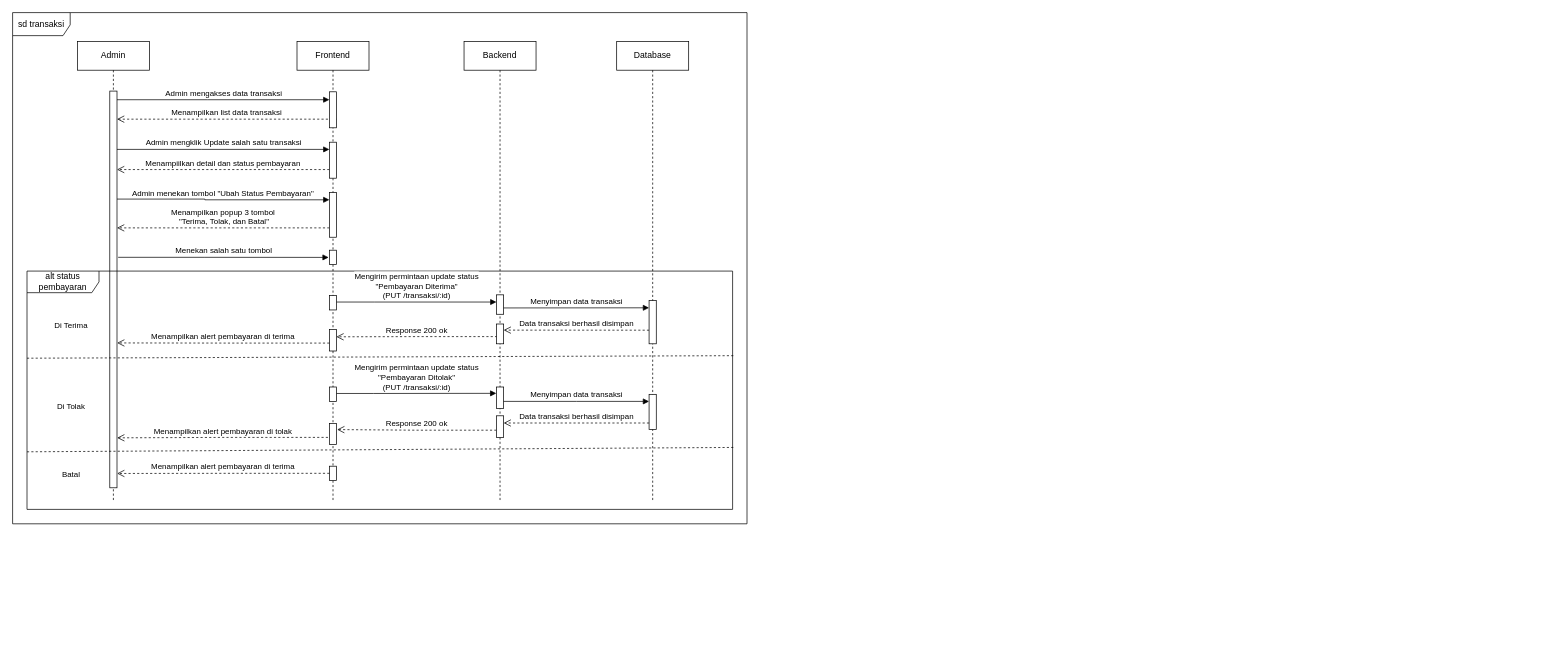
The draw.io diagram page "Halaman-9" (3 of 5) of Sequence.drawio in sintariaulia/Diagram, before the edit. Source tidied: cells renumbered, new cells numbered last; positions are measured from the earlier drawing's top-left corner, leaving out a move shared by most shapes. Both pictures are drawn from the tidied source at 72%, with x=0, y=0 at pixel (12, 12).
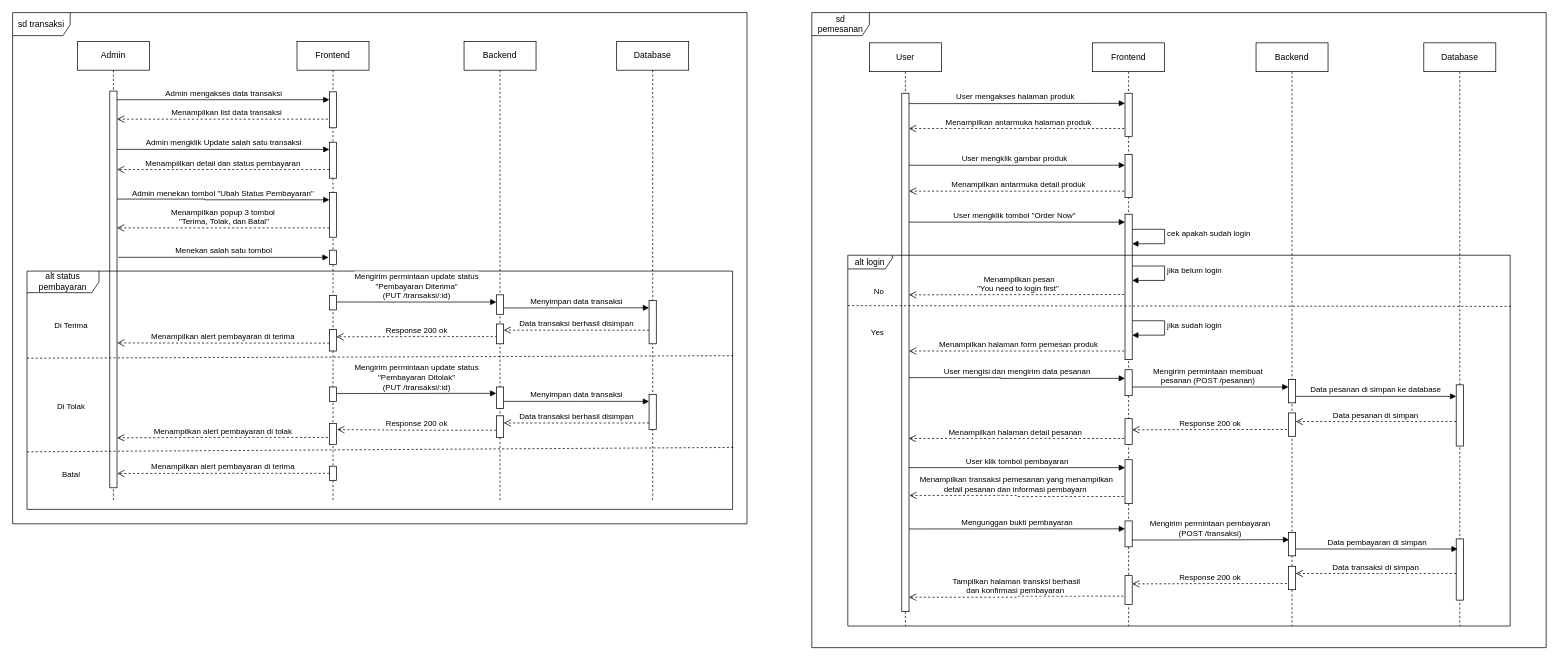
The same diagram, later.

Change to the diagram source:
```diff
@@
+    <mxCell id="47" value="Data pesanan di simpan ke database" style="html=1;verticalAlign=bottom;endArrow=block;edgeStyle=elbowEdgeStyle;elbow=vertical;curved=0;rounded=0;" parent="1" edge="1" target="70">
+      <mxGeometry relative="1" as="geometry">
+        <mxPoint x="1780" y="533" as="sourcePoint" />
+      </mxGeometry>
+    </mxCell>
+    <mxCell id="48" value="Mengirim permintaan membuat &lt;br&gt;pesanan (POST /pesanan)" style="html=1;verticalAlign=bottom;endArrow=block;edgeStyle=elbowEdgeStyle;elbow=horizontal;curved=0;rounded=0;exitX=0.1;exitY=0.808;exitDx=0;exitDy=0;exitPerimeter=0;" parent="1" edge="1">
+      <mxGeometry relative="1" as="geometry">
+        <mxPoint x="1548" y="520" as="sourcePoint" />
+        <mxPoint x="1772" y="520" as="targetPoint" />
+        <Array as="points">
+          <mxPoint x="1599" y="519" />
+        </Array>
+      </mxGeometry>
+    </mxCell>
+    <mxCell id="49" value="User mengisi dan mengirim data pesanan" style="html=1;verticalAlign=bottom;endArrow=block;edgeStyle=elbowEdgeStyle;elbow=horizontal;curved=0;rounded=0;" parent="1" edge="1" source="60">
+      <mxGeometry relative="1" as="geometry">
+        <mxPoint x="1545" y="508" as="targetPoint" />
+        <Array as="points">
+          <mxPoint x="1372" y="507" />
+        </Array>
+      </mxGeometry>
+    </mxCell>
+    <mxCell id="50" value="Menampilkan halaman form pemesan produk" style="html=1;verticalAlign=bottom;endArrow=open;dashed=1;endSize=8;edgeStyle=elbowEdgeStyle;elbow=vertical;curved=0;rounded=0;" parent="1" edge="1" target="60">
+      <mxGeometry relative="1" as="geometry">
+        <mxPoint x="1550" y="470" as="sourcePoint" />
+      </mxGeometry>
+    </mxCell>
+    <mxCell id="51" value="jika sudah login" style="html=1;align=left;spacingLeft=2;endArrow=block;rounded=0;edgeStyle=orthogonalEdgeStyle;curved=0;rounded=0;" parent="1" edge="1">
+      <mxGeometry relative="1" as="geometry">
+        <mxPoint x="1550" y="425" as="sourcePoint" />
+        <mxPoint x="1555" y="448" as="targetPoint" />
+        <Array as="points">
+          <mxPoint x="1550" y="428" />
+          <mxPoint x="1600" y="428" />
+          <mxPoint x="1600" y="448" />
+        </Array>
+      </mxGeometry>
+    </mxCell>
+    <mxCell id="52" value="Menampilkan pesan&lt;br&gt;&quot;You need to login first&quot;&amp;nbsp;" style="html=1;verticalAlign=bottom;endArrow=open;dashed=1;endSize=8;edgeStyle=elbowEdgeStyle;elbow=vertical;curved=0;rounded=0;" parent="1" edge="1" target="60">
+      <mxGeometry relative="1" as="geometry">
+        <mxPoint x="1550" y="391.5" as="sourcePoint" />
+      </mxGeometry>
+    </mxCell>
+    <mxCell id="53" value="jika belum login" style="html=1;align=left;spacingLeft=2;endArrow=block;rounded=0;edgeStyle=orthogonalEdgeStyle;curved=0;rounded=0;" parent="1" edge="1">
+      <mxGeometry relative="1" as="geometry">
+        <mxPoint x="1550" y="349" as="sourcePoint" />
+        <mxPoint x="1555" y="372" as="targetPoint" />
+        <Array as="points">
+          <mxPoint x="1550" y="352" />
+          <mxPoint x="1600" y="352" />
+          <mxPoint x="1600" y="372" />
+        </Array>
+      </mxGeometry>
+    </mxCell>
+    <mxCell id="54" value="User mengakses halaman produk&amp;nbsp;" style="html=1;verticalAlign=bottom;endArrow=block;edgeStyle=elbowEdgeStyle;elbow=horizontal;curved=0;rounded=0;exitX=0.963;exitY=0.02;exitDx=0;exitDy=0;exitPerimeter=0;" parent="1" edge="1" source="60">
+      <mxGeometry relative="1" as="geometry">
+        <mxPoint x="1545" y="126" as="targetPoint" />
+        <Array as="points">
+          <mxPoint x="1376" y="125" />
+        </Array>
+      </mxGeometry>
+    </mxCell>
+    <mxCell id="55" value="Menampilkan antarmuka halaman produk" style="html=1;verticalAlign=bottom;endArrow=open;dashed=1;endSize=8;edgeStyle=elbowEdgeStyle;elbow=vertical;curved=0;rounded=0;" parent="1" edge="1" target="60">
+      <mxGeometry relative="1" as="geometry">
+        <mxPoint x="1550" y="161" as="sourcePoint" />
+      </mxGeometry>
+    </mxCell>
+    <mxCell id="56" value="User mengklik tombol &quot;Order Now&quot;&amp;nbsp;" style="html=1;verticalAlign=bottom;endArrow=block;edgeStyle=elbowEdgeStyle;elbow=horizontal;curved=0;rounded=0;" parent="1" edge="1">
+      <mxGeometry relative="1" as="geometry">
+        <mxPoint x="1240" y="291" as="sourcePoint" />
+        <mxPoint x="1545" y="291" as="targetPoint" />
+        <Array as="points">
+          <mxPoint x="1372" y="290" />
+        </Array>
+      </mxGeometry>
+    </mxCell>
+    <mxCell id="57" value="Menampilkan antarmuka detail produk" style="html=1;verticalAlign=bottom;endArrow=open;dashed=1;endSize=8;edgeStyle=elbowEdgeStyle;elbow=vertical;curved=0;rounded=0;" parent="1" edge="1" target="60">
+      <mxGeometry relative="1" as="geometry">
+        <mxPoint x="1550" y="248" as="sourcePoint" />
+      </mxGeometry>
+    </mxCell>
+    <mxCell id="58" value="User mengklik gambar produk&amp;nbsp;" style="html=1;verticalAlign=bottom;endArrow=block;edgeStyle=elbowEdgeStyle;elbow=horizontal;curved=0;rounded=0;" parent="1" edge="1">
+      <mxGeometry relative="1" as="geometry">
+        <mxPoint x="1240" y="212" as="sourcePoint" />
+        <mxPoint x="1545" y="212" as="targetPoint" />
+        <Array as="points">
+          <mxPoint x="1372" y="211" />
+        </Array>
+      </mxGeometry>
+    </mxCell>
+    <mxCell id="59" value="User" style="shape=umlLifeline;perimeter=lifelinePerimeter;whiteSpace=wrap;html=1;newEdgeStyle={&quot;edgeStyle&quot;:&quot;elbowEdgeStyle&quot;,&quot;elbow&quot;:&quot;vertical&quot;,&quot;curved&quot;:0,&quot;rounded&quot;:0};" parent="1" vertex="1">
+      <mxGeometry x="1190" y="42" width="100" height="810" as="geometry" />
+    </mxCell>
+    <mxCell id="60" style="html=1;points=[];perimeter=orthogonalPerimeter;outlineConnect=0;targetShapes=umlLifeline;portConstraint=eastwest;newEdgeStyle={&quot;edgeStyle&quot;:&quot;elbowEdgeStyle&quot;,&quot;elbow&quot;:&quot;vertical&quot;,&quot;curved&quot;:0,&quot;rounded&quot;:0};" parent="59" vertex="1">
+      <mxGeometry x="45" y="70" width="10" height="720" as="geometry" />
+    </mxCell>
+    <mxCell id="61" value="Frontend" style="shape=umlLifeline;perimeter=lifelinePerimeter;whiteSpace=wrap;html=1;newEdgeStyle={&quot;edgeStyle&quot;:&quot;elbowEdgeStyle&quot;,&quot;elbow&quot;:&quot;vertical&quot;,&quot;curved&quot;:0,&quot;rounded&quot;:0};" parent="1" vertex="1">
+      <mxGeometry x="1500" y="42" width="100" height="810" as="geometry" />
+    </mxCell>
+    <mxCell id="62" style="html=1;perimeter=orthogonalPerimeter;targetShapes=umlLifeline;newEdgeStyle={&quot;edgeStyle&quot;:&quot;elbowEdgeStyle&quot;,&quot;elbow&quot;:&quot;vertical&quot;,&quot;curved&quot;:0,&quot;rounded&quot;:0};" parent="61" vertex="1">
+      <mxGeometry x="45" y="70" width="10" height="60" as="geometry" />
+    </mxCell>
+    <mxCell id="63" style="html=1;perimeter=orthogonalPerimeter;targetShapes=umlLifeline;newEdgeStyle={&quot;edgeStyle&quot;:&quot;elbowEdgeStyle&quot;,&quot;elbow&quot;:&quot;vertical&quot;,&quot;curved&quot;:0,&quot;rounded&quot;:0};" parent="61" vertex="1">
+      <mxGeometry x="45" y="155" width="10" height="60" as="geometry" />
+    </mxCell>
+    <mxCell id="64" value="cek apakah sudah login" style="html=1;align=left;spacingLeft=2;endArrow=block;rounded=0;edgeStyle=orthogonalEdgeStyle;curved=0;rounded=0;" parent="61" edge="1">
+      <mxGeometry relative="1" as="geometry">
+        <mxPoint x="50" y="256" as="sourcePoint" />
+        <mxPoint x="55" y="279" as="targetPoint" />
+        <Array as="points">
+          <mxPoint x="50" y="259" />
+          <mxPoint x="100" y="259" />
+          <mxPoint x="100" y="279" />
+        </Array>
+      </mxGeometry>
+    </mxCell>
+    <mxCell id="65" style="html=1;perimeter=orthogonalPerimeter;targetShapes=umlLifeline;newEdgeStyle={&quot;edgeStyle&quot;:&quot;elbowEdgeStyle&quot;,&quot;elbow&quot;:&quot;vertical&quot;,&quot;curved&quot;:0,&quot;rounded&quot;:0};" parent="61" vertex="1">
+      <mxGeometry x="45" y="238" width="10" height="202" as="geometry" />
+    </mxCell>
+    <mxCell id="66" style="html=1;perimeter=orthogonalPerimeter;targetShapes=umlLifeline;newEdgeStyle={&quot;edgeStyle&quot;:&quot;elbowEdgeStyle&quot;,&quot;elbow&quot;:&quot;vertical&quot;,&quot;curved&quot;:0,&quot;rounded&quot;:0};" parent="61" vertex="1">
+      <mxGeometry x="45" y="454" width="10" height="36" as="geometry" />
+    </mxCell>
+    <mxCell id="67" value="Backend" style="shape=umlLifeline;perimeter=lifelinePerimeter;whiteSpace=wrap;html=1;newEdgeStyle={&quot;edgeStyle&quot;:&quot;elbowEdgeStyle&quot;,&quot;elbow&quot;:&quot;vertical&quot;,&quot;curved&quot;:0,&quot;rounded&quot;:0};" parent="1" vertex="1">
+      <mxGeometry x="1727" y="42" width="100" height="810" as="geometry" />
+    </mxCell>
+    <mxCell id="68" style="html=1;perimeter=orthogonalPerimeter;targetShapes=umlLifeline;newEdgeStyle={&quot;edgeStyle&quot;:&quot;elbowEdgeStyle&quot;,&quot;elbow&quot;:&quot;vertical&quot;,&quot;curved&quot;:0,&quot;rounded&quot;:0};" parent="67" vertex="1">
+      <mxGeometry x="45" y="467.5" width="10" height="32.5" as="geometry" />
+    </mxCell>
+    <mxCell id="69" value="Database" style="shape=umlLifeline;perimeter=lifelinePerimeter;whiteSpace=wrap;html=1;newEdgeStyle={&quot;edgeStyle&quot;:&quot;elbowEdgeStyle&quot;,&quot;elbow&quot;:&quot;vertical&quot;,&quot;curved&quot;:0,&quot;rounded&quot;:0};" parent="1" vertex="1">
+      <mxGeometry x="1960" y="42" width="100" height="810" as="geometry" />
+    </mxCell>
+    <mxCell id="70" style="html=1;points=[];perimeter=orthogonalPerimeter;outlineConnect=0;targetShapes=umlLifeline;portConstraint=eastwest;newEdgeStyle={&quot;edgeStyle&quot;:&quot;elbowEdgeStyle&quot;,&quot;elbow&quot;:&quot;vertical&quot;,&quot;curved&quot;:0,&quot;rounded&quot;:0};" parent="69" vertex="1">
+      <mxGeometry x="45" y="475" width="10" height="85" as="geometry" />
+    </mxCell>
+    <mxCell id="71" style="html=1;perimeter=orthogonalPerimeter;targetShapes=umlLifeline;newEdgeStyle={&quot;edgeStyle&quot;:&quot;elbowEdgeStyle&quot;,&quot;elbow&quot;:&quot;vertical&quot;,&quot;curved&quot;:0,&quot;rounded&quot;:0};" parent="69" vertex="1">
+      <mxGeometry x="45" y="689" width="10" height="85" as="geometry" />
+    </mxCell>
+    <mxCell id="72" value="sd pemesanan" style="shape=umlFrame;whiteSpace=wrap;html=1;width=80;height=32;" parent="1" vertex="1">
+      <mxGeometry x="1110" width="1020" height="882" as="geometry" />
+    </mxCell>
+    <mxCell id="73" value="alt login" style="shape=umlFrame;whiteSpace=wrap;html=1;width=62;height=19;" parent="1" vertex="1">
+      <mxGeometry x="1160" y="337" width="920" height="515" as="geometry" />
+    </mxCell>
+    <mxCell id="74" style="endArrow=none;dashed=1;html=1;rounded=0;entryX=1.001;entryY=0.138;entryDx=0;entryDy=0;entryPerimeter=0;" parent="1" edge="1" target="73">
+      <mxGeometry relative="1" as="geometry">
+        <mxPoint x="1160" y="407" as="sourcePoint" />
+      </mxGeometry>
+    </mxCell>
+    <mxCell id="75" value="Yes" style="edgeLabel;html=1;align=center;verticalAlign=middle;" parent="74" vertex="1">
+      <mxGeometry x="-0.91" y="-3" relative="1" as="geometry">
+        <mxPoint y="33" as="offset" />
+      </mxGeometry>
+    </mxCell>
+    <mxCell id="76" value="No" style="edgeLabel;html=1;align=center;verticalAlign=middle;" parent="1" vertex="1">
+      <mxGeometry x="1204" y="390" as="geometry">
+        <mxPoint x="-2" y="-4" as="offset" />
+      </mxGeometry>
+    </mxCell>
+    <mxCell id="77" style="html=1;perimeter=orthogonalPerimeter;targetShapes=umlLifeline;newEdgeStyle={&quot;edgeStyle&quot;:&quot;elbowEdgeStyle&quot;,&quot;elbow&quot;:&quot;vertical&quot;,&quot;curved&quot;:0,&quot;rounded&quot;:0};" parent="1" vertex="1">
+      <mxGeometry x="1545" y="564" width="10" height="36" as="geometry" />
+    </mxCell>
+    <mxCell id="78" value="Data pesanan di simpan" style="html=1;verticalAlign=bottom;endArrow=open;dashed=1;endSize=8;edgeStyle=elbowEdgeStyle;elbow=vertical;curved=0;rounded=0;" parent="1" edge="1">
+      <mxGeometry relative="1" as="geometry">
+        <mxPoint x="2005" y="568" as="sourcePoint" />
+        <mxPoint x="1782" y="568.1" as="targetPoint" />
+      </mxGeometry>
+    </mxCell>
+    <mxCell id="79" style="html=1;perimeter=orthogonalPerimeter;targetShapes=umlLifeline;newEdgeStyle={&quot;edgeStyle&quot;:&quot;elbowEdgeStyle&quot;,&quot;elbow&quot;:&quot;vertical&quot;,&quot;curved&quot;:0,&quot;rounded&quot;:0};" parent="1" vertex="1">
+      <mxGeometry x="1772" y="556" width="10" height="32.5" as="geometry" />
+    </mxCell>
+    <mxCell id="80" value="Response 200 ok" style="html=1;verticalAlign=bottom;endArrow=open;dashed=1;endSize=8;edgeStyle=elbowEdgeStyle;elbow=horizontal;curved=0;rounded=0;" parent="1" edge="1">
+      <mxGeometry relative="1" as="geometry">
+        <mxPoint x="1770" y="579" as="sourcePoint" />
+        <mxPoint x="1555" y="579.5" as="targetPoint" />
+      </mxGeometry>
+    </mxCell>
+    <mxCell id="81" value="Menampilkan halaman detail pesanan&amp;nbsp;" style="html=1;verticalAlign=bottom;endArrow=open;dashed=1;endSize=8;edgeStyle=elbowEdgeStyle;elbow=horizontal;curved=0;rounded=0;entryX=0.864;entryY=0.666;entryDx=0;entryDy=0;entryPerimeter=0;" parent="1" edge="1">
+      <mxGeometry relative="1" as="geometry">
+        <mxPoint x="1544" y="591.5" as="sourcePoint" />
+        <mxPoint x="1244.6" y="591.5" as="targetPoint" />
+      </mxGeometry>
+    </mxCell>
+    <mxCell id="82" style="html=1;perimeter=orthogonalPerimeter;targetShapes=umlLifeline;newEdgeStyle={&quot;edgeStyle&quot;:&quot;elbowEdgeStyle&quot;,&quot;elbow&quot;:&quot;vertical&quot;,&quot;curved&quot;:0,&quot;rounded&quot;:0};" parent="1" vertex="1">
+      <mxGeometry x="1545" y="621" width="10" height="61" as="geometry" />
+    </mxCell>
+    <mxCell id="83" value="User klik tombol pembayaran" style="html=1;verticalAlign=bottom;endArrow=block;edgeStyle=elbowEdgeStyle;elbow=vertical;curved=0;rounded=0;" parent="1" edge="1" source="60">
+      <mxGeometry relative="1" as="geometry">
+        <mxPoint x="1545" y="632" as="targetPoint" />
+      </mxGeometry>
+    </mxCell>
+    <mxCell id="84" value="Menampilkan transaksi pemesanan yang menampilkan &lt;br&gt;detail pesanan dan informasi pembayarn&amp;nbsp;" style="html=1;verticalAlign=bottom;endArrow=open;dashed=1;endSize=8;edgeStyle=elbowEdgeStyle;elbow=horizontal;curved=0;rounded=0;entryX=1.063;entryY=0.888;entryDx=0;entryDy=0;entryPerimeter=0;" parent="1" edge="1">
+      <mxGeometry relative="1" as="geometry">
+        <mxPoint x="1543.3" y="672.1" as="sourcePoint" />
+        <mxPoint x="1245.6" y="670.6" as="targetPoint" />
+      </mxGeometry>
+    </mxCell>
+    <mxCell id="85" style="html=1;perimeter=orthogonalPerimeter;targetShapes=umlLifeline;newEdgeStyle={&quot;edgeStyle&quot;:&quot;elbowEdgeStyle&quot;,&quot;elbow&quot;:&quot;vertical&quot;,&quot;curved&quot;:0,&quot;rounded&quot;:0};" parent="1" vertex="1">
+      <mxGeometry x="1545" y="706" width="10" height="36" as="geometry" />
+    </mxCell>
+    <mxCell id="86" value="Mengunggan bukti pembayaran" style="html=1;verticalAlign=bottom;endArrow=block;edgeStyle=elbowEdgeStyle;elbow=vertical;curved=0;rounded=0;" parent="1" edge="1">
+      <mxGeometry relative="1" as="geometry">
+        <mxPoint x="1245" y="717.2" as="sourcePoint" />
+        <mxPoint x="1545" y="717.2" as="targetPoint" />
+      </mxGeometry>
+    </mxCell>
+    <mxCell id="87" value="Mengirim permintaan pembayaran&lt;br&gt;(POST /transaksi)" style="html=1;verticalAlign=bottom;endArrow=block;edgeStyle=elbowEdgeStyle;elbow=horizontal;curved=0;rounded=0;exitX=0.862;exitY=0.735;exitDx=0;exitDy=0;exitPerimeter=0;" parent="1" edge="1">
+      <mxGeometry relative="1" as="geometry">
+        <mxPoint x="1554.6" y="732.5" as="sourcePoint" />
+        <mxPoint x="1773" y="732" as="targetPoint" />
+        <Array as="points">
+          <mxPoint x="1600" y="731" />
+        </Array>
+      </mxGeometry>
+    </mxCell>
+    <mxCell id="88" style="html=1;perimeter=orthogonalPerimeter;targetShapes=umlLifeline;newEdgeStyle={&quot;edgeStyle&quot;:&quot;elbowEdgeStyle&quot;,&quot;elbow&quot;:&quot;vertical&quot;,&quot;curved&quot;:0,&quot;rounded&quot;:0};" parent="1" vertex="1">
+      <mxGeometry x="1772" y="722" width="10" height="32.5" as="geometry" />
+    </mxCell>
+    <mxCell id="89" value="Data pembayaran di simpan" style="html=1;verticalAlign=bottom;endArrow=block;edgeStyle=elbowEdgeStyle;elbow=vertical;curved=0;rounded=0;" parent="1" edge="1">
+      <mxGeometry relative="1" as="geometry">
+        <mxPoint x="1782" y="745" as="sourcePoint" />
+        <mxPoint x="2007" y="745" as="targetPoint" />
+      </mxGeometry>
+    </mxCell>
+    <mxCell id="90" style="html=1;perimeter=orthogonalPerimeter;targetShapes=umlLifeline;newEdgeStyle={&quot;edgeStyle&quot;:&quot;elbowEdgeStyle&quot;,&quot;elbow&quot;:&quot;vertical&quot;,&quot;curved&quot;:0,&quot;rounded&quot;:0};" parent="1" vertex="1">
+      <mxGeometry x="1772" y="769" width="10" height="32.5" as="geometry" />
+    </mxCell>
+    <mxCell id="91" value="Data transaksi di simpan" style="html=1;verticalAlign=bottom;endArrow=open;dashed=1;endSize=8;edgeStyle=elbowEdgeStyle;elbow=vertical;curved=0;rounded=0;" parent="1" edge="1">
+      <mxGeometry relative="1" as="geometry">
+        <mxPoint x="2005" y="779" as="sourcePoint" />
+        <mxPoint x="1782" y="779.1" as="targetPoint" />
+      </mxGeometry>
+    </mxCell>
+    <mxCell id="92" value="Response 200 ok" style="html=1;verticalAlign=bottom;endArrow=open;dashed=1;endSize=8;edgeStyle=elbowEdgeStyle;elbow=horizontal;curved=0;rounded=0;" parent="1" edge="1">
+      <mxGeometry relative="1" as="geometry">
+        <mxPoint x="1770" y="793" as="sourcePoint" />
+        <mxPoint x="1555" y="793.5" as="targetPoint" />
+      </mxGeometry>
+    </mxCell>
+    <mxCell id="93" style="html=1;perimeter=orthogonalPerimeter;targetShapes=umlLifeline;newEdgeStyle={&quot;edgeStyle&quot;:&quot;elbowEdgeStyle&quot;,&quot;elbow&quot;:&quot;vertical&quot;,&quot;curved&quot;:0,&quot;rounded&quot;:0};" parent="1" vertex="1">
+      <mxGeometry x="1545" y="782" width="10" height="40" as="geometry" />
+    </mxCell>
+    <mxCell id="94" value="Tampilkan halaman transksi berhasil &lt;br&gt;dan konfirmasi pembayaran&amp;nbsp;" style="html=1;verticalAlign=bottom;endArrow=open;dashed=1;endSize=8;edgeStyle=elbowEdgeStyle;elbow=horizontal;curved=0;rounded=0;entryX=1;entryY=0.534;entryDx=0;entryDy=0;entryPerimeter=0;" parent="1" edge="1">
+      <mxGeometry relative="1" as="geometry">
+        <mxPoint x="1543" y="810.5" as="sourcePoint" />
+        <mxPoint x="1245" y="812" as="targetPoint" />
+      </mxGeometry>
+    </mxCell>
```
